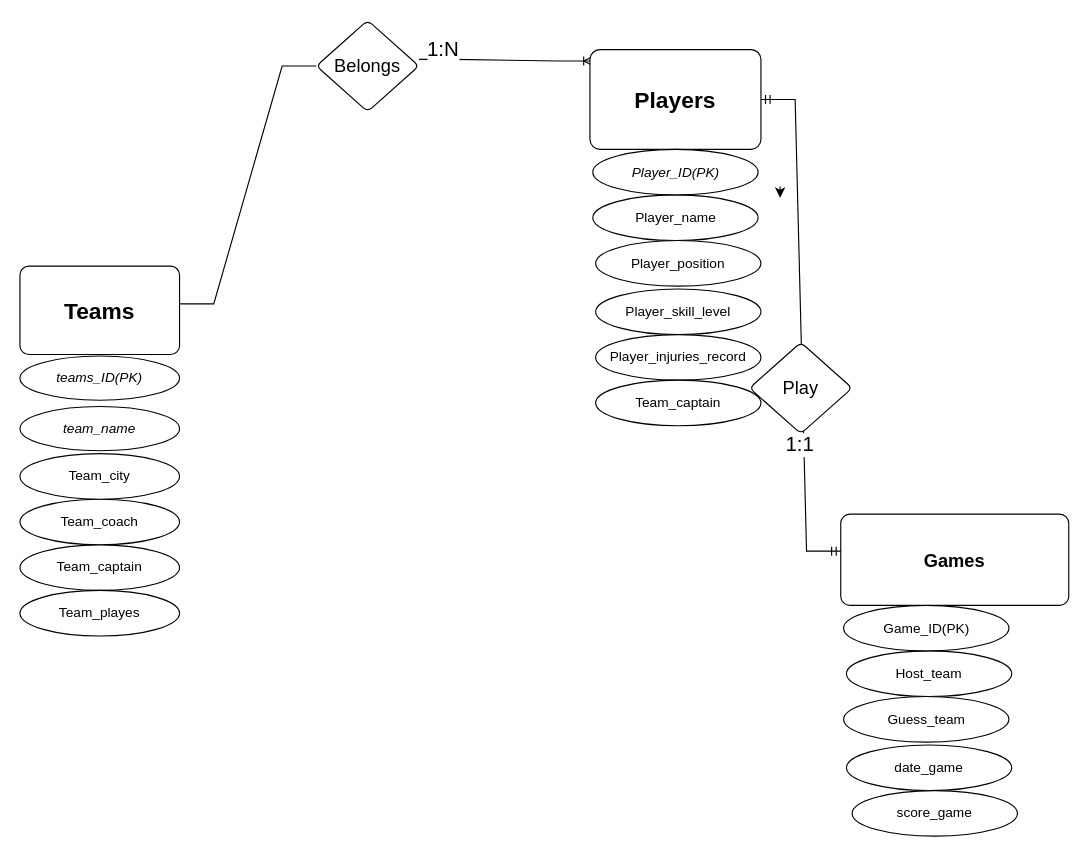
This is Untitled Diagram.drawio from PriFlores/HR-Database, a draw.io file, before an edit. Source tidied: cells renumbered, new cells numbered last; positions are measured from the earlier drawing's top-left corner, leaving out a move shared by most shapes. Both pictures are drawn from the tidied source at 114%, with x=0, y=0 at pixel (19, 19).
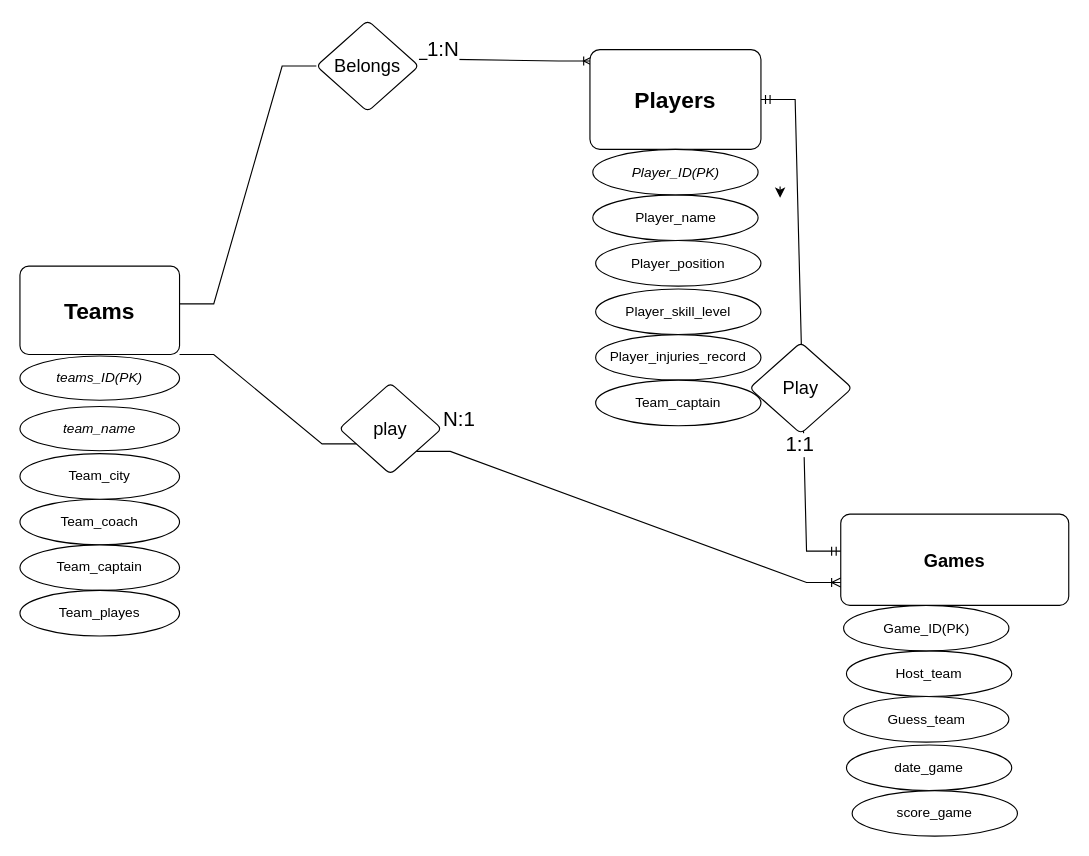
The same page after the edit.

The change refers to these unchanged cells:
```xml
<mxCell id="4" value="&lt;b&gt;&lt;font style=&quot;font-size: 20px&quot;&gt;Teams&lt;/font&gt;&lt;/b&gt;" style="rounded=1;arcSize=10;whiteSpace=wrap;html=1;align=center;" parent="1" vertex="1">
  <mxGeometry y="216" width="140" height="77.5" as="geometry" />
</mxCell>
<mxCell id="12" value="&lt;b&gt;&lt;font style=&quot;font-size: 16px&quot;&gt;Games&lt;/font&gt;&lt;/b&gt;" style="rounded=1;arcSize=10;whiteSpace=wrap;html=1;align=center;" parent="1" vertex="1">
  <mxGeometry x="720" y="433.5" width="200" height="80" as="geometry" />
</mxCell>
```

Change to the diagram source:
```diff
@@
+    <mxCell id="31" style="edgeStyle=entityRelationEdgeStyle;fontSize=12;html=1;endArrow=ERoneToMany;rounded=0;exitX=1;exitY=1;exitDx=0;exitDy=0;entryX=0;entryY=0.75;entryDx=0;entryDy=0;startArrow=none;" parent="1" edge="1" source="32" target="12">
+      <mxGeometry relative="1" as="geometry" />
+    </mxCell>
+    <mxCell id="32" value="&lt;span style=&quot;font-size: 16px&quot;&gt;play&lt;/span&gt;" style="rhombus;whiteSpace=wrap;html=1;rounded=1;arcSize=10;" parent="1" vertex="1">
+      <mxGeometry x="280" y="318.5" width="90" height="80" as="geometry" />
+    </mxCell>
+    <mxCell id="33" style="edgeStyle=entityRelationEdgeStyle;fontSize=12;html=1;endArrow=none;rounded=0;exitX=1;exitY=1;exitDx=0;exitDy=0;entryX=0;entryY=0.75;entryDx=0;entryDy=0;" parent="1" edge="1" source="4" target="32">
+      <mxGeometry relative="1" as="geometry" />
+    </mxCell>
+    <mxCell id="34" value="N:1" style="edgeLabel;html=1;align=center;verticalAlign=middle;fontSize=18;fontColor=none;" parent="1" vertex="1">
+      <mxGeometry x="380.2" y="36.1" as="geometry">
+        <mxPoint x="4" y="314" as="offset" />
+      </mxGeometry>
+    </mxCell>
```
